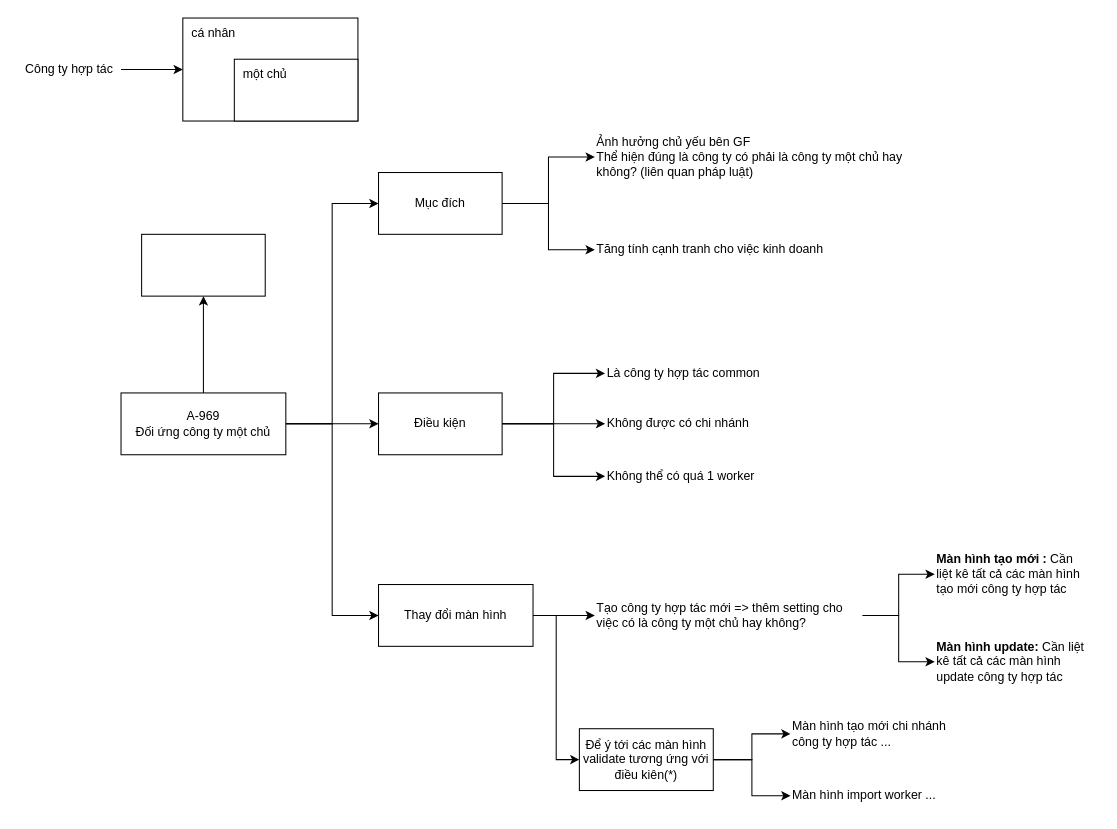
Above: page "A-969-3" (3 of 6) of Biểu đồ không có tiêu đề.drawio in hoangpn256/diagram (draw.io), before the change. Source tidied: cells renumbered, new cells numbered last; positions are measured from the earlier drawing's top-left corner, leaving out a move shared by most shapes. Both pictures are drawn from the tidied source at 103%, with x=0, y=0 at pixel (18, 18).
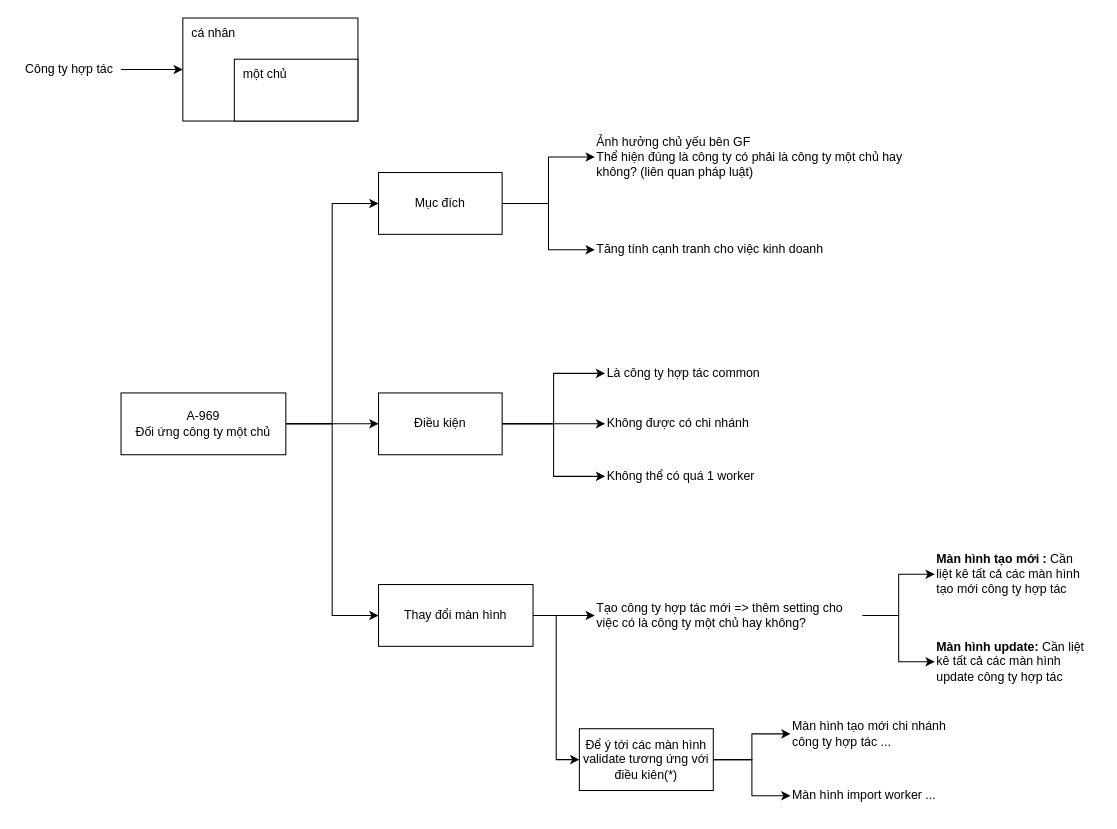
The same diagram, later.

The change refers to these unchanged cells:
```xml
<mxCell id="6" value="A-969&lt;br&gt;Đối ứng công ty một chủ" style="rounded=0;whiteSpace=wrap;html=1;" parent="1" vertex="1">
  <mxGeometry x="100" y="364" width="160" height="60" as="geometry" />
</mxCell>
```

The edit, as a diff of the source:
```diff
@@
-    <mxCell id="2" style="edgeStyle=orthogonalEdgeStyle;rounded=0;jettySize=auto;html=1;exitX=0.5;exitY=0;exitDx=0;exitDy=0;entryX=0.5;entryY=1;entryDx=0;entryDy=0;" parent="1" edge="1" source="6" target="7">
-      <mxGeometry relative="1" as="geometry" />
-    </mxCell>
@@
-    <mxCell id="7" style="rounded=0;whiteSpace=wrap;html=1;" parent="1" vertex="1">
-      <mxGeometry x="120" y="210" width="120" height="60" as="geometry" />
-    </mxCell>
```
